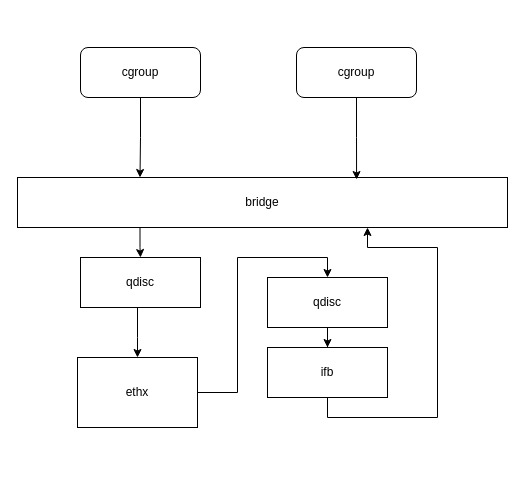
The draw.io diagram Untitled Diagram.drawio in wangfuhai700/Scapy_zh-cn, before the edit. Source tidied: cells renumbered, new cells numbered last; positions are measured from the earlier drawing's top-left corner, leaving out a move shared by most shapes. Both pictures are drawn from the tidied source at 100%, with x=0, y=0 at pixel (17, 47).
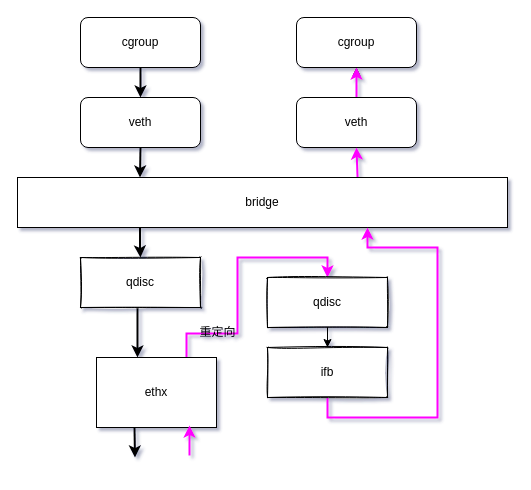
After the change.

Unchanged cells that the change refers to:
```xml
<mxCell id="5" value="bridge" style="rounded=1;whiteSpace=wrap;html=1;arcSize=0;" parent="1" vertex="1">
  <mxGeometry y="130" width="490" height="50" as="geometry" />
</mxCell>
```

Diff of the diagram source:
```diff
@@
-<mxGraphModel>
+<mxGraphModel shadow="1">
@@
-    <mxCell id="2" style="edgeStyle=orthogonalEdgeStyle;rounded=0;jettySize=auto;html=1;exitX=0.5;exitY=1;exitDx=0;exitDy=0;entryX=0.25;entryY=0;entryDx=0;entryDy=0;" parent="1" edge="1" source="3" target="5">
+    <mxCell id="2" style="edgeStyle=orthogonalEdgeStyle;rounded=0;jettySize=auto;html=1;exitX=0.5;exitY=1;exitDx=0;exitDy=0;entryX=0.25;entryY=0;entryDx=0;entryDy=0;strokeWidth=2;" parent="1" edge="1" source="3" target="5">
       <mxGeometry relative="1" as="geometry" />
     </mxCell>
-    <mxCell id="3" value="cgroup" style="rounded=1;whiteSpace=wrap;html=1;" parent="1" vertex="1">
-      <mxGeometry x="63" width="120" height="50" as="geometry" />
+    <mxCell id="3" value="veth" style="rounded=1;whiteSpace=wrap;html=1;" parent="1" vertex="1">
+      <mxGeometry x="63" y="50" width="120" height="50" as="geometry" />
     </mxCell>
-    <mxCell id="4" style="edgeStyle=orthogonalEdgeStyle;rounded=0;jettySize=auto;html=1;exitX=0.25;exitY=1;exitDx=0;exitDy=0;" parent="1" edge="1" source="5" target="11">
+    <mxCell id="4" style="edgeStyle=orthogonalEdgeStyle;rounded=0;jettySize=auto;html=1;exitX=0.25;exitY=1;exitDx=0;exitDy=0;strokeWidth=2;" parent="1" edge="1" source="5" target="11">
       <mxGeometry relative="1" as="geometry" />
     </mxCell>
@@
-    <mxCell id="6" style="edgeStyle=orthogonalEdgeStyle;rounded=0;jettySize=auto;html=1;exitX=0.5;exitY=1;exitDx=0;exitDy=0;entryX=0.692;entryY=0.04;entryDx=0;entryDy=0;entryPerimeter=0;" parent="1" edge="1" source="7" target="5">
-      <mxGeometry relative="1" as="geometry" />
-    </mxCell>
+    <mxCell id="16" style="edgeStyle=orthogonalEdgeStyle;rounded=0;jettySize=auto;html=1;" parent="1" edge="1" source="7" target="20">
+      <mxGeometry relative="1" as="geometry" />
+    </mxCell>
+    <mxCell id="17" style="edgeStyle=orthogonalEdgeStyle;rounded=0;jettySize=auto;html=1;strokeColor=#FF00FF;strokeWidth=2;" parent="1" edge="1" source="7" target="20">
+      <mxGeometry relative="1" as="geometry" />
+    </mxCell>
-    <mxCell id="7" value="cgroup" style="rounded=1;whiteSpace=wrap;html=1;" parent="1" vertex="1">
-      <mxGeometry x="279" width="120" height="50" as="geometry" />
+    <mxCell id="7" value="veth" style="rounded=1;whiteSpace=wrap;html=1;" parent="1" vertex="1">
+      <mxGeometry x="279" y="50" width="120" height="50" as="geometry" />
     </mxCell>
-    <mxCell id="8" style="edgeStyle=orthogonalEdgeStyle;rounded=0;jettySize=auto;html=1;entryX=0.5;entryY=0;entryDx=0;entryDy=0;exitX=1;exitY=0.5;exitDx=0;exitDy=0;" parent="1" edge="1" source="9" target="13">
+    <mxCell id="8" style="edgeStyle=orthogonalEdgeStyle;rounded=0;jettySize=auto;html=1;entryX=0.5;entryY=0;entryDx=0;entryDy=0;exitX=0.75;exitY=0;exitDx=0;exitDy=0;strokeColor=#FF00FF;strokeWidth=2;" parent="1" edge="1" source="9" target="13">
       <mxGeometry relative="1" as="geometry">
         <Array as="points">
-          <mxPoint x="220" y="345" />
+          <mxPoint x="169" y="286" />
+          <mxPoint x="220" y="286" />
           <mxPoint x="220" y="210" />
           <mxPoint x="310" y="210" />
         </Array>
       </mxGeometry>
     </mxCell>
-    <mxCell id="9" value="ethx" style="rounded=1;whiteSpace=wrap;html=1;arcSize=0;" parent="1" vertex="1">
-      <mxGeometry x="60" y="310" width="120" height="70" as="geometry" />
+    <mxCell id="9" value="ethx" style="rounded=1;whiteSpace=wrap;html=1;arcSize=0;gradientColor=#ffffff;gradientDirection=north;shadow=0;sketch=0;glass=0;" parent="1" vertex="1">
+      <mxGeometry x="79" y="310" width="120" height="70" as="geometry" />
     </mxCell>
-    <mxCell id="10" style="edgeStyle=orthogonalEdgeStyle;rounded=0;jettySize=auto;html=1;" parent="1" edge="1" source="11" target="9">
+    <mxCell id="10" style="edgeStyle=orthogonalEdgeStyle;rounded=0;jettySize=auto;html=1;strokeWidth=2;" parent="1" edge="1" source="11" target="9">
       <mxGeometry relative="1" as="geometry">
         <Array as="points">
           <mxPoint x="120" y="290" />
           <mxPoint x="120" y="290" />
         </Array>
       </mxGeometry>
     </mxCell>
-    <mxCell id="11" value="qdisc" style="rounded=1;whiteSpace=wrap;html=1;arcSize=0;" parent="1" vertex="1">
+    <mxCell id="11" value="qdisc" style="rounded=1;whiteSpace=wrap;html=1;arcSize=0;sketch=1;" parent="1" vertex="1">
       <mxGeometry x="63" y="210" width="120" height="50" as="geometry" />
     </mxCell>
@@
-    <mxCell id="13" value="qdisc" style="rounded=1;whiteSpace=wrap;html=1;arcSize=0;" parent="1" vertex="1">
+    <mxCell id="13" value="qdisc" style="rounded=1;whiteSpace=wrap;html=1;arcSize=0;sketch=1;" parent="1" vertex="1">
       <mxGeometry x="250" y="230" width="120" height="50" as="geometry" />
     </mxCell>
-    <mxCell id="14" style="edgeStyle=orthogonalEdgeStyle;rounded=0;jettySize=auto;html=1;exitX=0.5;exitY=1;exitDx=0;exitDy=0;" parent="1" edge="1" source="15">
+    <mxCell id="14" style="edgeStyle=orthogonalEdgeStyle;rounded=0;jettySize=auto;html=1;exitX=0.5;exitY=1;exitDx=0;exitDy=0;strokeColor=#FF00FF;strokeWidth=2;" parent="1" edge="1" source="15">
       <mxGeometry relative="1" as="geometry">
         <mxPoint x="350" y="180" as="targetPoint" />
         <Array as="points">
           <mxPoint x="310" y="370" />
           <mxPoint x="420" y="370" />
           <mxPoint x="420" y="200" />
           <mxPoint x="350" y="200" />
           <mxPoint x="350" y="180" />
         </Array>
       </mxGeometry>
     </mxCell>
-    <mxCell id="15" value="ifb" style="rounded=1;whiteSpace=wrap;html=1;arcSize=0;" parent="1" vertex="1">
+    <mxCell id="15" value="ifb" style="rounded=1;whiteSpace=wrap;html=1;arcSize=0;sketch=1;" parent="1" vertex="1">
       <mxGeometry x="250" y="300" width="120" height="50" as="geometry" />
     </mxCell>
+    <mxCell id="18" style="edgeStyle=orthogonalEdgeStyle;rounded=0;jettySize=auto;html=1;entryX=0.5;entryY=0;entryDx=0;entryDy=0;strokeWidth=2;" parent="1" edge="1" source="19" target="3">
+      <mxGeometry relative="1" as="geometry" />
+    </mxCell>
+    <mxCell id="19" value="cgroup" style="rounded=1;whiteSpace=wrap;html=1;" parent="1" vertex="1">
+      <mxGeometry x="63" y="-30" width="120" height="50" as="geometry" />
+    </mxCell>
+    <mxCell id="20" value="cgroup" style="rounded=1;whiteSpace=wrap;html=1;" parent="1" vertex="1">
+      <mxGeometry x="279" y="-30" width="120" height="50" as="geometry" />
+    </mxCell>
+    <mxCell id="21" style="endArrow=classic;html=1;entryX=0.5;entryY=1;entryDx=0;entryDy=0;exitX=0.694;exitY=-0.01;exitDx=0;exitDy=0;exitPerimeter=0;strokeColor=#FF00FF;strokeWidth=2;" parent="1" edge="1" source="5" target="7">
+      <mxGeometry relative="1" as="geometry" />
+    </mxCell>
+    <mxCell id="22" value="重定向" style="text;html=1;align=center;verticalAlign=middle;" parent="1" vertex="1">
+      <mxGeometry x="177" y="276" width="46" height="18" as="geometry" />
+    </mxCell>
+    <mxCell id="23" style="edgeStyle=orthogonalEdgeStyle;rounded=0;orthogonalLoop=1;jettySize=auto;html=1;strokeColor=#FF00FF;strokeWidth=2;" parent="1" edge="1">
+      <mxGeometry relative="1" as="geometry">
+        <mxPoint x="172" y="408" as="sourcePoint" />
+        <mxPoint x="172" y="378" as="targetPoint" />
+      </mxGeometry>
+    </mxCell>
+    <mxCell id="24" style="edgeStyle=orthogonalEdgeStyle;rounded=0;orthogonalLoop=1;jettySize=auto;html=1;exitX=0.25;exitY=1;exitDx=0;exitDy=0;strokeWidth=2;" parent="1" edge="1">
+      <mxGeometry relative="1" as="geometry">
+        <mxPoint x="117" y="380" as="sourcePoint" />
+        <mxPoint x="117.5" y="410" as="targetPoint" />
+      </mxGeometry>
+    </mxCell>
```
